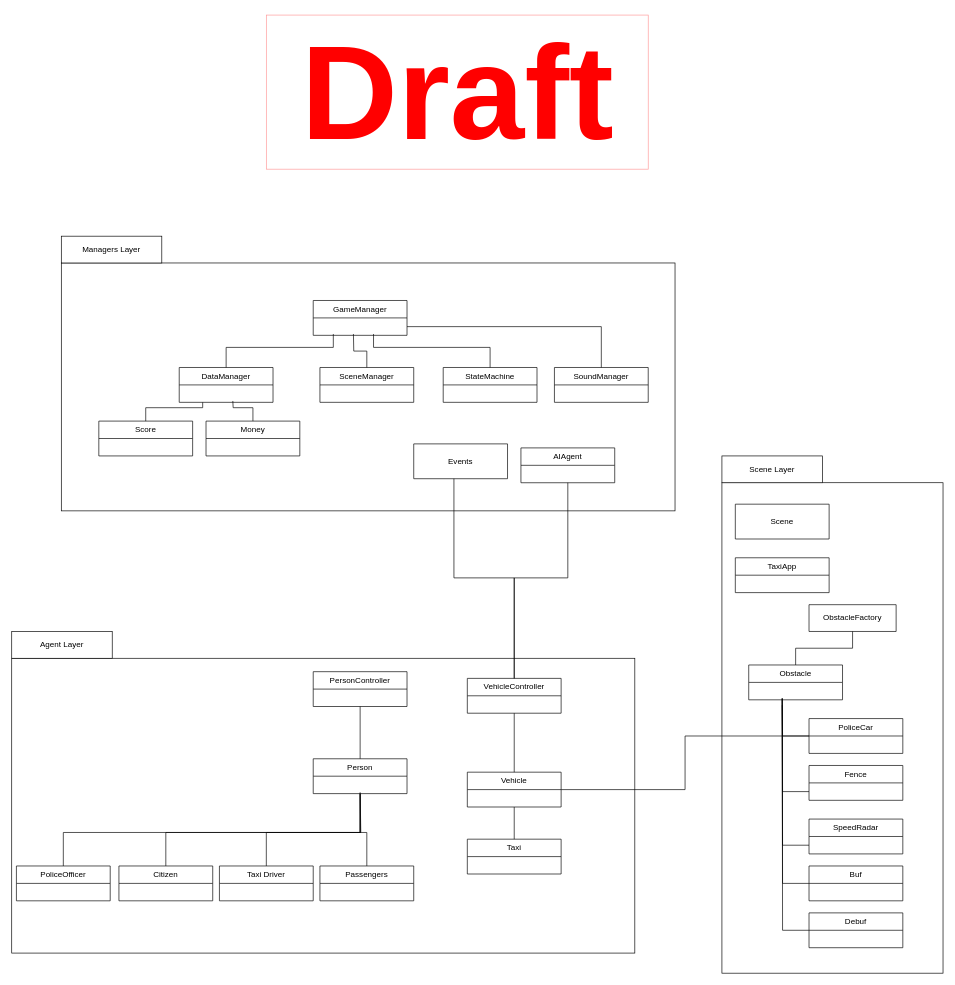
JES0406/Final-Project keeps this draw.io diagram as UML_inicial_borrador.drawio. Above is the earlier version. Source tidied: cells renumbered, new cells numbered last; positions are measured from the earlier drawing's top-left corner, leaving out a move shared by most shapes. Both pictures are drawn from the tidied source at 67%, with x=0, y=0 at pixel (11, 15).
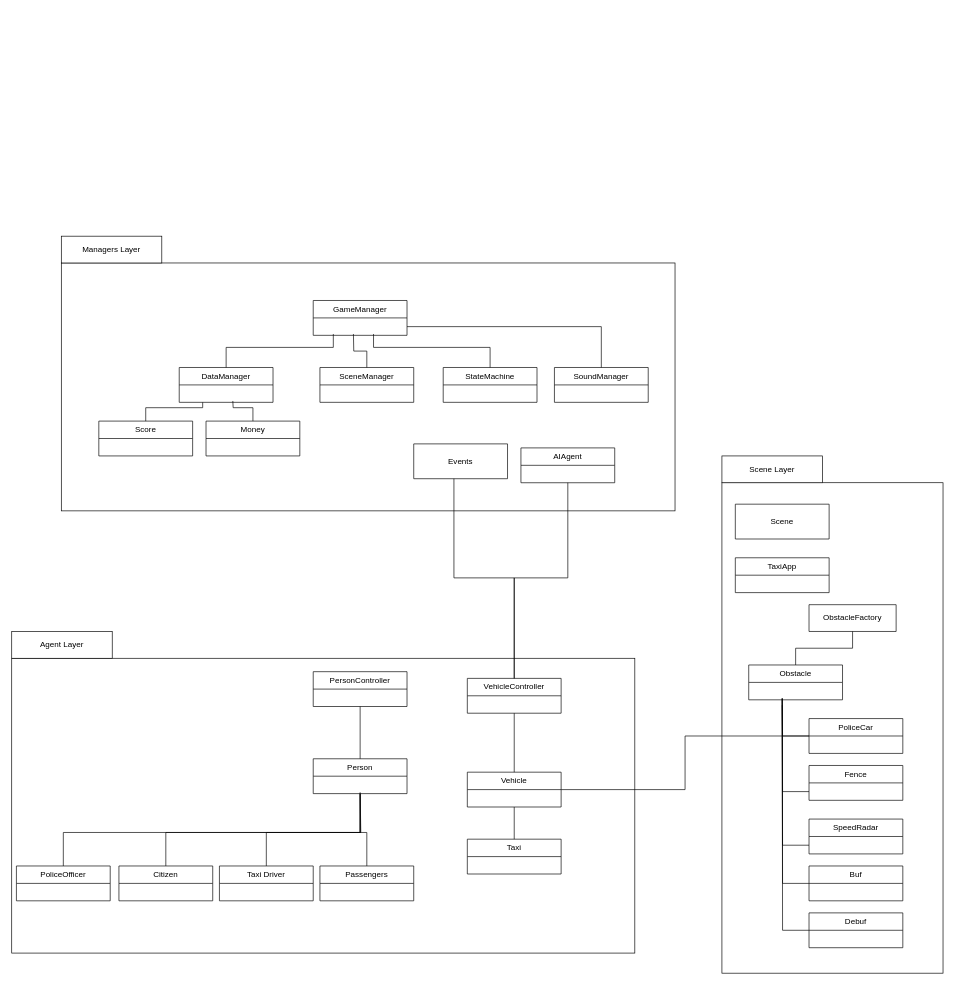
The same page after the edit.

The edit, as a diff of the source:
```diff
@@
-    <mxCell id="57" value="&lt;font style=&quot;font-size: 200px;&quot; color=&quot;#ff0000&quot;&gt;Draft&lt;/font&gt;&lt;font style=&quot;font-size: 200px;&quot; color=&quot;#ff0000&quot;&gt;&lt;br&gt;&lt;/font&gt;" style="text;strokeColor=#FF0000;fillColor=none;html=1;fontSize=24;fontStyle=1;verticalAlign=middle;align=center;opacity=40;" parent="1" vertex="1">
-      <mxGeometry x="380" width="570" height="230" as="geometry" />
-    </mxCell>
```
